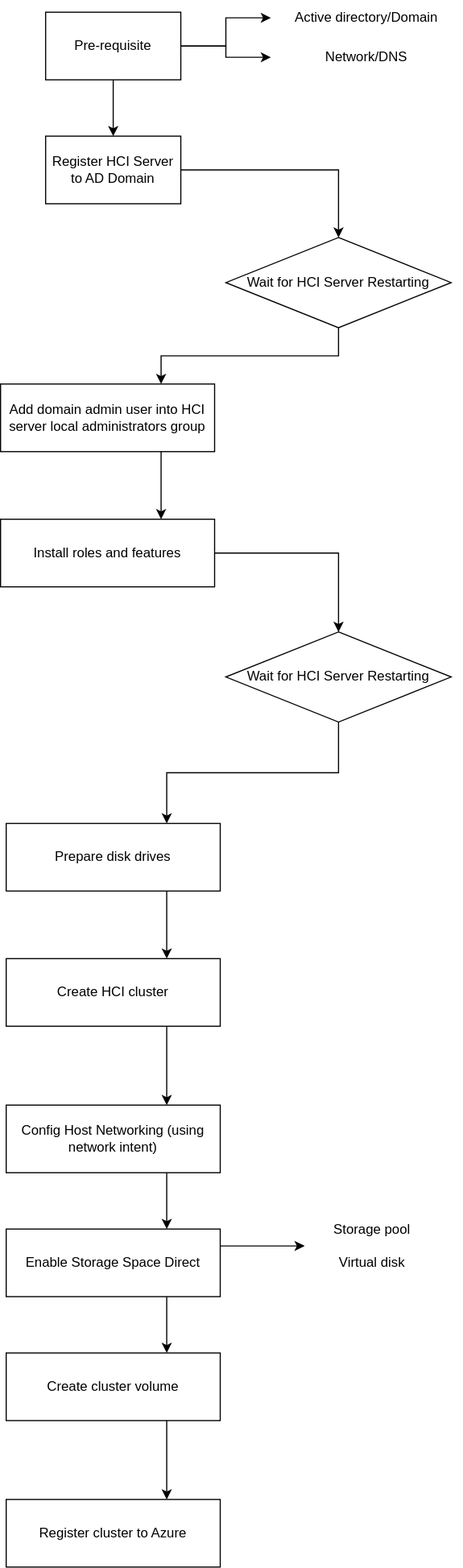
The draw.io diagram Azure_HCI_cluster_creation.drawio.svg in leolumicrosoft/stackhciauto, before a commit. Source tidied: cells renumbered, new cells last; positions are measured from the earlier drawing's top-left corner, leaving out a move shared by most shapes.
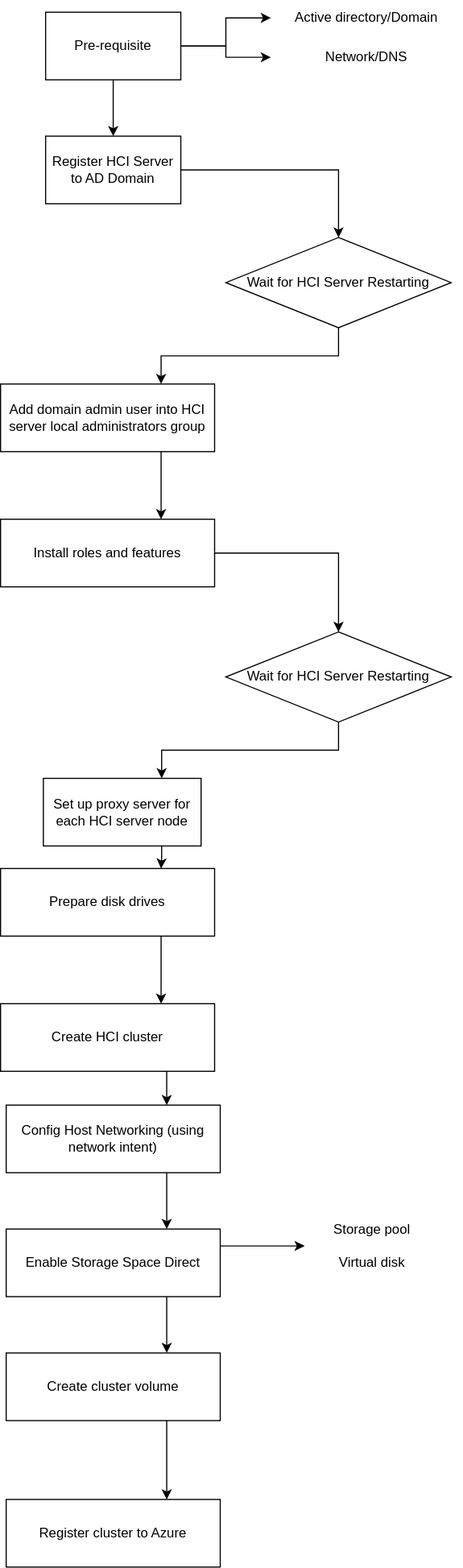
The same file after the commit.

Commit message:
Proxy setting

Change to the diagram source:
```diff
@@ -44,9 +44,9 @@
     <mxCell id="15" value="Install roles and features" style="rounded=0;whiteSpace=wrap;html=1;" parent="1" vertex="1">
       <mxGeometry y="460" width="190" height="60" as="geometry" />
     </mxCell>
-    <mxCell id="16" style="edgeStyle=orthogonalEdgeStyle;rounded=0;jettySize=auto;html=1;exitX=0.5;exitY=1;exitDx=0;exitDy=0;entryX=0.75;entryY=0;entryDx=0;entryDy=0;" parent="1" edge="1" source="17" target="19">
-      <mxGeometry relative="1" as="geometry" />
-    </mxCell>
+    <mxCell id="31" style="html=1;exitX=0.5;exitY=1;exitDx=0;exitDy=0;entryX=0.75;entryY=0;entryDx=0;entryDy=0;edgeStyle=orthogonalEdgeStyle;rounded=0;" parent="1" edge="1" source="17" target="33">
+      <mxGeometry relative="1" as="geometry" />
+    </mxCell>
     <mxCell id="17" value="Wait for HCI Server Restarting" style="rhombus;whiteSpace=wrap;html=1;" parent="1" vertex="1">
       <mxGeometry x="200" y="560" width="200" height="80" as="geometry" />
     </mxCell>
@@ -54,13 +54,13 @@
       <mxGeometry relative="1" as="geometry" />
     </mxCell>
     <mxCell id="19" value="Prepare disk drives" style="rounded=0;whiteSpace=wrap;html=1;" parent="1" vertex="1">
-      <mxGeometry x="5" y="730" width="190" height="60" as="geometry" />
+      <mxGeometry y="770" width="190" height="60" as="geometry" />
     </mxCell>
     <mxCell id="20" style="edgeStyle=orthogonalEdgeStyle;rounded=0;jettySize=auto;html=1;exitX=0.75;exitY=1;exitDx=0;exitDy=0;entryX=0.75;entryY=0;entryDx=0;entryDy=0;" parent="1" edge="1" source="21" target="23">
       <mxGeometry relative="1" as="geometry" />
     </mxCell>
     <mxCell id="21" value="Create HCI cluster" style="rounded=0;whiteSpace=wrap;html=1;" parent="1" vertex="1">
-      <mxGeometry x="5" y="850" width="190" height="60" as="geometry" />
+      <mxGeometry y="890" width="190" height="60" as="geometry" />
     </mxCell>
     <mxCell id="22" style="edgeStyle=orthogonalEdgeStyle;rounded=0;jettySize=auto;html=1;exitX=0.75;exitY=1;exitDx=0;exitDy=0;entryX=0.75;entryY=0;entryDx=0;entryDy=0;" parent="1" edge="1" source="23" target="26">
       <mxGeometry relative="1" as="geometry" />
@@ -89,5 +89,11 @@
     <mxCell id="30" value="Storage pool&lt;br&gt;&lt;br&gt;Virtual disk" style="text;html=1;strokeColor=none;fillColor=none;align=center;verticalAlign=middle;whiteSpace=wrap;rounded=0;" parent="1" vertex="1">
       <mxGeometry x="270" y="1090" width="120" height="30" as="geometry" />
     </mxCell>
+    <mxCell id="32" style="edgeStyle=orthogonalEdgeStyle;html=1;exitX=0.75;exitY=1;exitDx=0;exitDy=0;entryX=0.75;entryY=0;entryDx=0;entryDy=0;" parent="1" edge="1" source="33" target="19">
+      <mxGeometry relative="1" as="geometry" />
+    </mxCell>
+    <mxCell id="33" value="Set up proxy server for each HCI server node" style="whiteSpace=wrap;html=1;fillColor=default;rounded=0;" parent="1" vertex="1">
+      <mxGeometry x="38" y="690" width="140" height="60" as="geometry" />
+    </mxCell>
   </root>
 </mxGraphModel>
```
